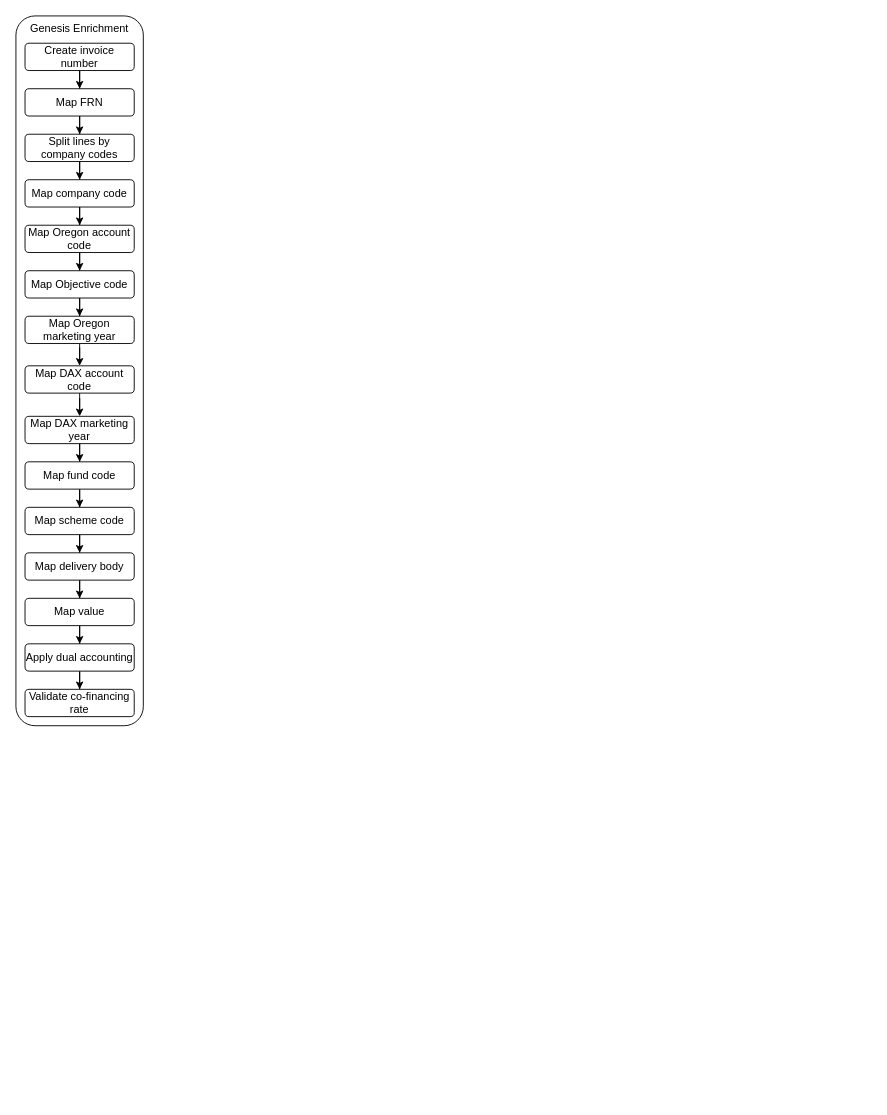
Above: Payments/_integrations/genesis.drawio in DEFRA/ffc-diagrams (draw.io), before the change. Source tidied: cells renumbered, new cells numbered last; positions are measured from the earlier drawing's top-left corner, leaving out a move shared by most shapes. Both pictures are drawn from the tidied source at 91%, with x=0, y=0 at pixel (15, 15). Pictures stored in the file or linked from it are replaced by grey dashed boxes.
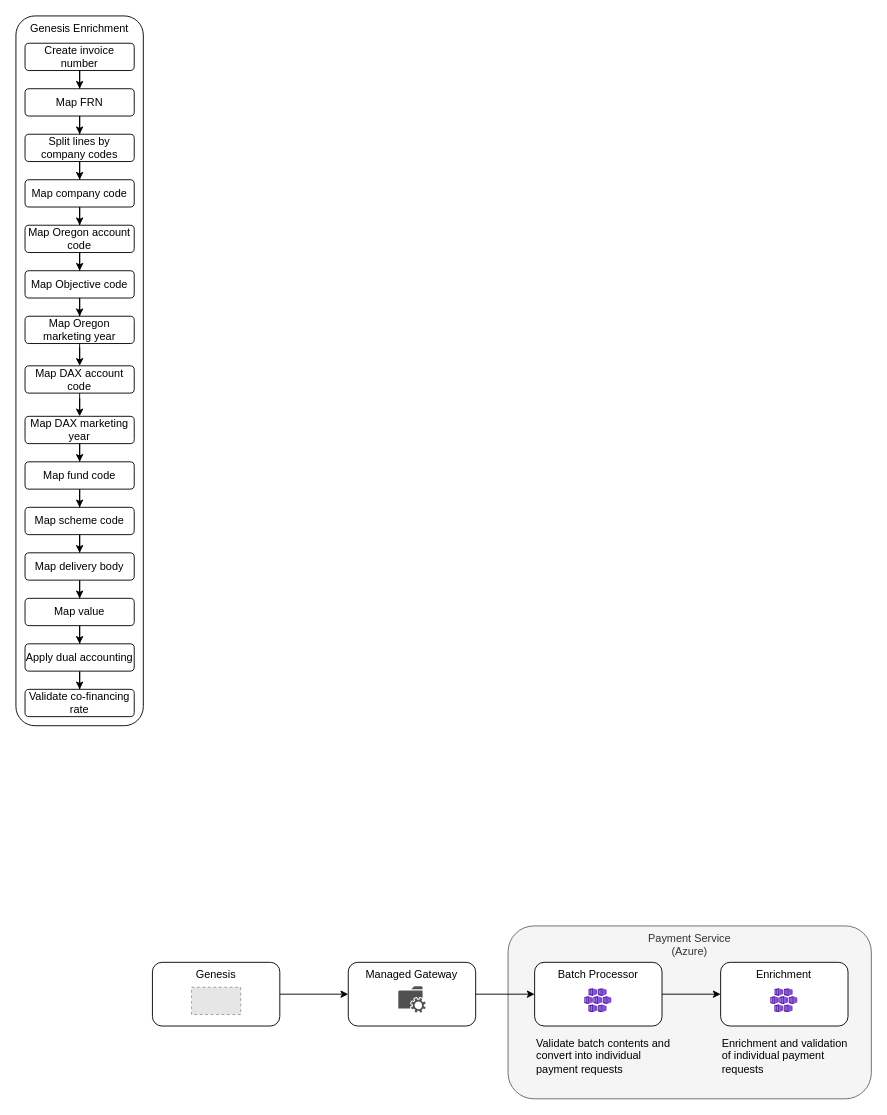
The same page after the edit.

What changed in the source:
```diff
@@
+    <mxCell id="32" value="Payment Service&lt;br&gt;(Azure)" style="rounded=1;whiteSpace=wrap;html=1;verticalAlign=top;fillColor=#f5f5f5;fontColor=#333333;strokeColor=#666666;" parent="1" vertex="1">
+      <mxGeometry x="540.8" y="1000" width="399.2" height="190" as="geometry" />
+    </mxCell>
+    <mxCell id="33" style="edgeStyle=orthogonalEdgeStyle;rounded=0;jettySize=auto;html=1;" parent="1" edge="1" source="34" target="36">
+      <mxGeometry relative="1" as="geometry" />
+    </mxCell>
+    <mxCell id="34" value="Batch Processor" style="rounded=1;whiteSpace=wrap;html=1;verticalAlign=top;fontSize=12;" parent="1" vertex="1">
+      <mxGeometry x="570" y="1040" width="140" height="70" as="geometry" />
+    </mxCell>
+    <mxCell id="35" style="html=1;align=center;image;fontSize=12;image=img/lib/azure2/compute/Kubernetes_Services.svg;" parent="1" vertex="1">
+      <mxGeometry x="625" y="1068.9" width="30" height="26.5" as="geometry" />
+    </mxCell>
+    <mxCell id="36" value="Enrichment" style="rounded=1;whiteSpace=wrap;html=1;verticalAlign=top;fontSize=12;" parent="1" vertex="1">
+      <mxGeometry x="774.4" y="1040" width="140" height="70" as="geometry" />
+    </mxCell>
+    <mxCell id="37" style="html=1;align=center;image;fontSize=12;image=img/lib/azure2/compute/Kubernetes_Services.svg;" parent="1" vertex="1">
+      <mxGeometry x="829.4" y="1068.9" width="30" height="26.5" as="geometry" />
+    </mxCell>
+    <mxCell id="38" value="Validate batch contents and convert into individual payment requests" style="text;html=1;strokeColor=none;fillColor=none;align=left;verticalAlign=top;whiteSpace=wrap;rounded=0;dashed=1;" parent="1" vertex="1">
+      <mxGeometry x="570" y="1115" width="150" height="55" as="geometry" />
+    </mxCell>
+    <mxCell id="39" style="edgeStyle=orthogonalEdgeStyle;rounded=0;jettySize=auto;html=1;entryX=0;entryY=0.5;entryDx=0;entryDy=0;" parent="1" edge="1" source="40" target="43">
+      <mxGeometry relative="1" as="geometry" />
+    </mxCell>
+    <mxCell id="40" value="Genesis" style="rounded=1;whiteSpace=wrap;html=1;verticalAlign=top;fontSize=12;" parent="1" vertex="1">
+      <mxGeometry x="150" y="1040" width="140" height="70" as="geometry" />
+    </mxCell>
+    <mxCell id="41" style="fillColor=#E6E6E6;strokeColor=#999999;dashed=1;verticalLabelPosition=bottom;labelBackgroundColor=default;verticalAlign=top;" parent="1" vertex="1">
+      <mxGeometry x="193" y="1067.4" width="54" height="30" as="geometry" />
+    </mxCell>
+    <mxCell id="42" style="edgeStyle=orthogonalEdgeStyle;rounded=0;jettySize=auto;html=1;entryX=0;entryY=0.5;entryDx=0;entryDy=0;" parent="1" edge="1" source="43" target="34">
+      <mxGeometry relative="1" as="geometry" />
+    </mxCell>
+    <mxCell id="43" value="Managed Gateway" style="rounded=1;whiteSpace=wrap;html=1;verticalAlign=top;fontSize=12;" parent="1" vertex="1">
+      <mxGeometry x="365.2" y="1040" width="140" height="70" as="geometry" />
+    </mxCell>
+    <mxCell id="44" style="sketch=0;shadow=0;dashed=0;html=1;strokeColor=none;fillColor=#505050;labelPosition=center;verticalLabelPosition=bottom;verticalAlign=top;align=center;shape=mxgraph.office.services.network_file_share_service;fontSize=12;" parent="1" vertex="1">
+      <mxGeometry x="420.2" y="1066.4" width="30" height="28.9" as="geometry" />
+    </mxCell>
+    <mxCell id="45" value="Enrichment and validation of individual payment requests" style="text;html=1;strokeColor=none;fillColor=none;align=left;verticalAlign=top;whiteSpace=wrap;rounded=0;dashed=1;" parent="1" vertex="1">
+      <mxGeometry x="774.4" y="1115" width="150" height="55" as="geometry" />
+    </mxCell>
```
